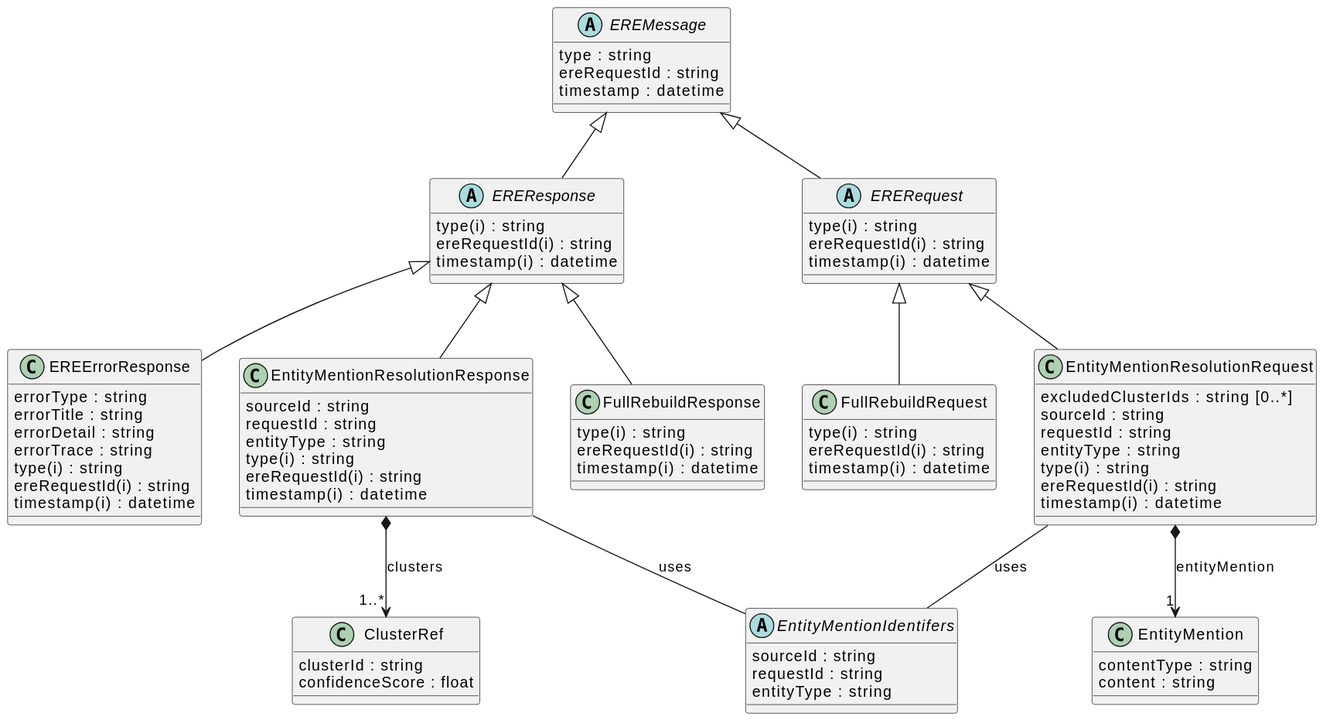
Above: docs/schema/ErsServiceDataSchema.svg in OP-TED/entity-resolution-spec (PlantUML), before the change.
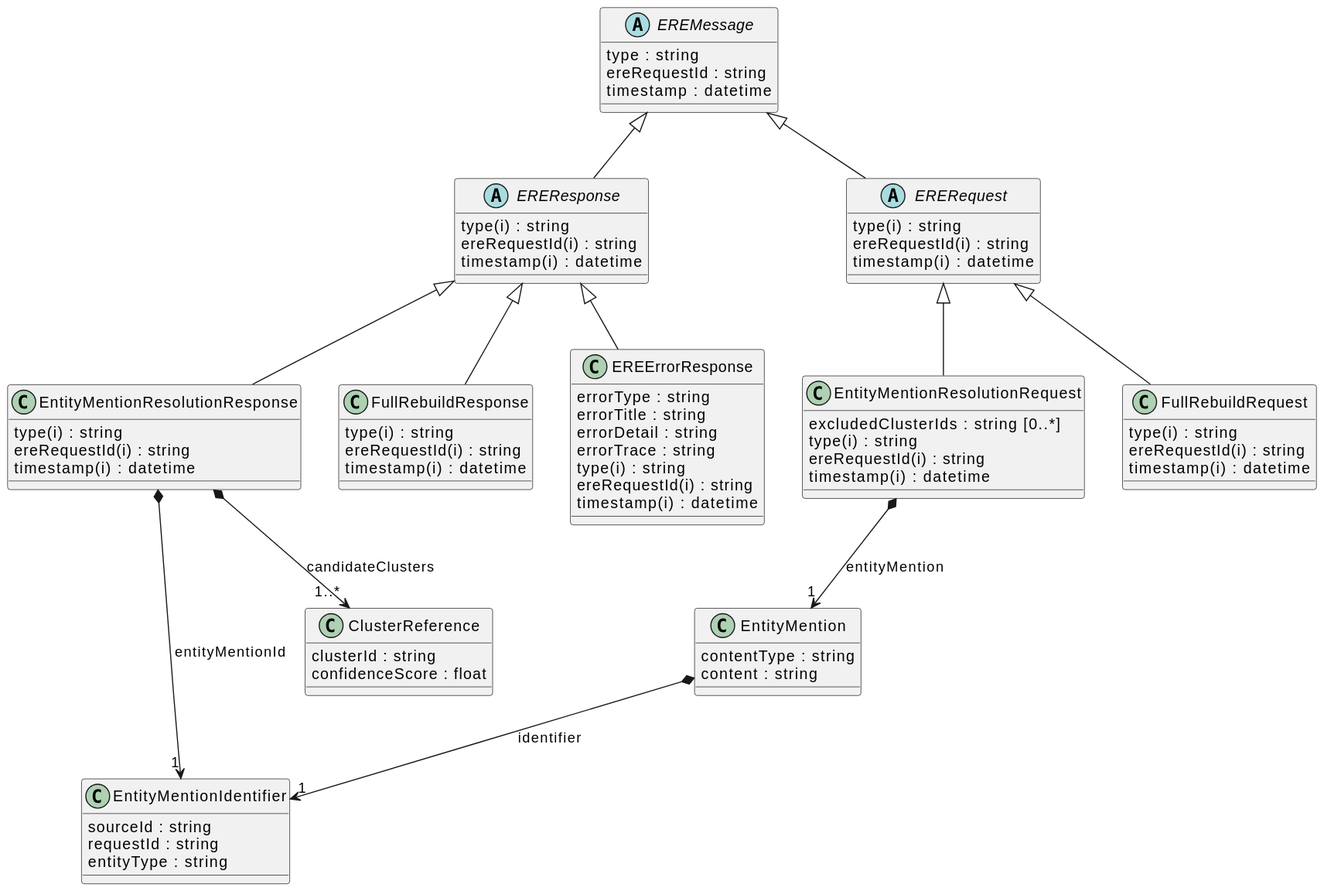
After the commit.

The edit, as a diff of the source:
```diff
@@ -1,29 +1,21 @@
 @startuml
 class "EntityMentionResolutionResponse" [[{An entity resolution response returned by the ERE.}]] {
-    {field} sourceId : string
-    {field} requestId : string
-    {field} entityType : string
     {field} type(i) : string
     {field} ereRequestId(i) : string
     {field} timestamp(i) : datetime
 }
-abstract "EntityMentionIdentifers" [[{A container that groups the attributes needed to identify an entity mention in a resolution request}]] {
+class "EntityMentionIdentifier" [[{A container that groups the attributes needed to identify an entity mention in a resolution request}]] {
     {field} sourceId : string
     {field} requestId : string
     {field} entityType : string
 }
-class "EntityMentionResolutionRequest" [[{An entity resolution request sent to the ERE, containing the entity to be resolved.}]] {
-    {field} excludedClusterIds : string  [0..*]
-    {field} sourceId : string
-    {field} requestId : string
-    {field} entityType : string
-    {field} type(i) : string
-    {field} ereRequestId(i) : string
-    {field} timestamp(i) : datetime
+class "EntityMention" [[{An entity mention is a representation of a real-world entity, as provided by the ERS.}]] {
+    {field} contentType : string
+    {field} content : string
 }
-"EntityMentionResolutionResponse" -- "EntityMentionIdentifers"  : uses
-"EntityMentionResolutionRequest" -- "EntityMentionIdentifers"  : uses
-class "ClusterRef" [[{A reference to a cluster to which an entity is deemed to belong, with an associated confidence score.}]] {
+"EntityMentionResolutionResponse" *--> "1" "EntityMentionIdentifier" : "entityMentionId"
+"EntityMention" *--> "1" "EntityMentionIdentifier" : "identifier"
+class "ClusterReference" [[{A reference to a cluster to which an entity is deemed to belong, with an associated confidence score.}]] {
     {field} clusterId : string
     {field} confidenceScore : float
 }
@@ -32,18 +24,20 @@
     {field} ereRequestId(i) : string
     {field} timestamp(i) : datetime
 }
-"EntityMentionResolutionResponse" *--> "1..*" "ClusterRef" : "clusters"
+"EntityMentionResolutionResponse" *--> "1..*" "ClusterReference" : "candidateClusters"
 "EREResponse" ^-- "EntityMentionResolutionResponse"
-class "EntityMention" [[{An entity mention is a representation of a real-world entity, as provided by the ERS.}]] {
-    {field} contentType : string
-    {field} content : string
+class "EntityMentionResolutionRequest" [[{An entity resolution request sent to the ERE, containing the entity to be resolved.}]] {
+    {field} excludedClusterIds : string  [0..*]
+    {field} type(i) : string
+    {field} ereRequestId(i) : string
+    {field} timestamp(i) : datetime
 }
+"EntityMentionResolutionRequest" *--> "1" "EntityMention" : "entityMention"
 abstract "ERERequest" [[{Root class to represent all the requests sent to the ERE.}]] {
     {field} type(i) : string
     {field} ereRequestId(i) : string
     {field} timestamp(i) : datetime
 }
-"EntityMentionResolutionRequest" *--> "1" "EntityMention" : "entityMention"
 "ERERequest" ^-- "EntityMentionResolutionRequest"
 class "FullRebuildResponse" [[{A response to a `FullRebuildRequest`, confirming that the rebuild process has started.}]] {
     {field} type(i) : string
```
